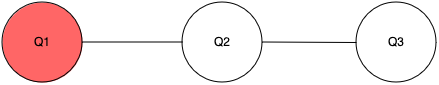
This is q3.drawio.png from xavlolo/quantum, a draw.io export, as it was before one commit. Source tidied: cells renumbered, new cells last; positions are measured from the earlier drawing's top-left corner, leaving out a move shared by most shapes.
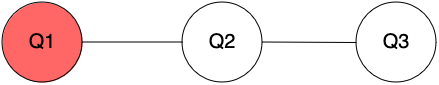
The same diagram one commit later.

What changed in the source:
```diff
@@ -23,13 +23,13 @@
         <mxPoint x="354" y="40" as="targetPoint" />
       </mxGeometry>
     </mxCell>
-    <mxCell id="7" value="Q1" style="text;html=1;align=center;verticalAlign=middle;whiteSpace=wrap;rounded=0;" parent="1" vertex="1">
+    <mxCell id="7" value="&lt;font style=&quot;font-size: 20px;&quot;&gt;Q1&lt;/font&gt;" style="text;html=1;align=center;verticalAlign=middle;whiteSpace=wrap;rounded=0;" parent="1" vertex="1">
       <mxGeometry x="10" y="25" width="60" height="30" as="geometry" />
     </mxCell>
-    <mxCell id="8" value="Q2" style="text;html=1;align=center;verticalAlign=middle;whiteSpace=wrap;rounded=0;" parent="1" vertex="1">
+    <mxCell id="8" value="&lt;font style=&quot;font-size: 20px;&quot;&gt;Q2&lt;/font&gt;" style="text;html=1;align=center;verticalAlign=middle;whiteSpace=wrap;rounded=0;" parent="1" vertex="1">
       <mxGeometry x="190" y="25" width="60" height="30" as="geometry" />
     </mxCell>
-    <mxCell id="9" value="Q3" style="text;html=1;align=center;verticalAlign=middle;whiteSpace=wrap;rounded=0;" parent="1" vertex="1">
+    <mxCell id="9" value="&lt;font style=&quot;font-size: 20px;&quot;&gt;Q3&lt;/font&gt;" style="text;html=1;align=center;verticalAlign=middle;whiteSpace=wrap;rounded=0;" parent="1" vertex="1">
       <mxGeometry x="364" y="25" width="60" height="30" as="geometry" />
     </mxCell>
   </root>
```
